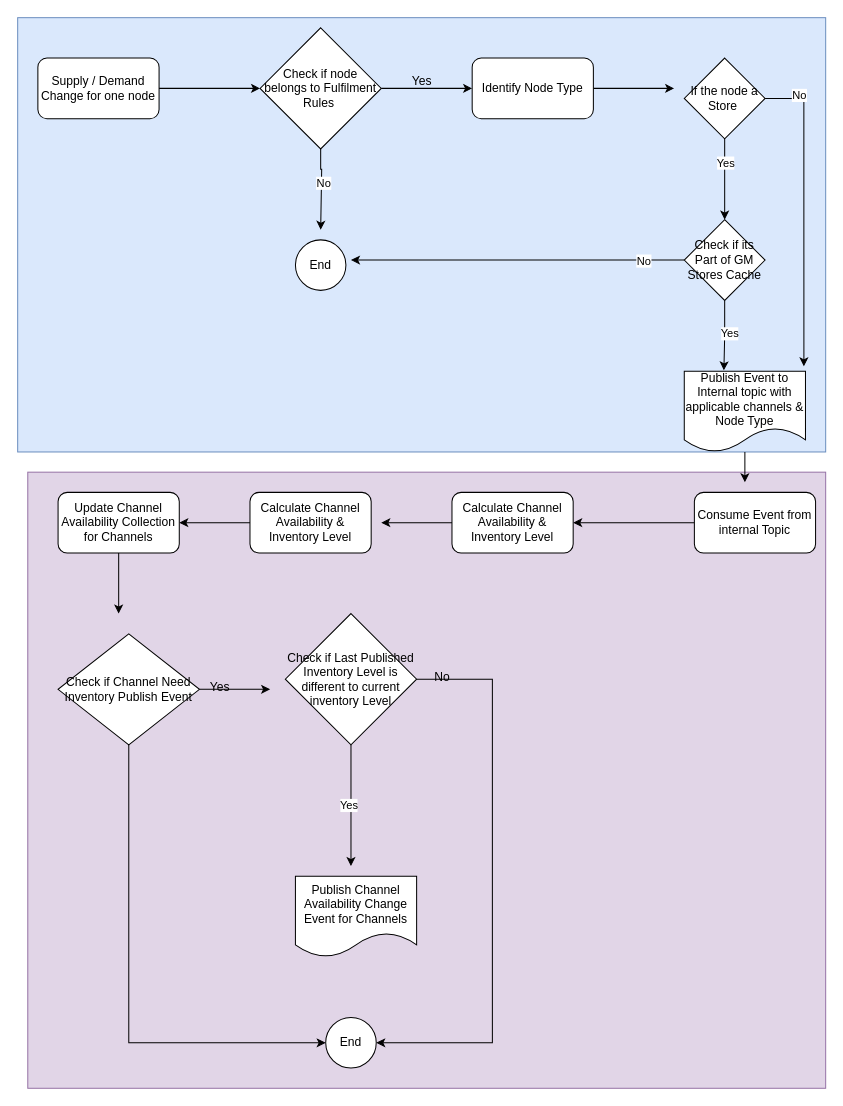
The draw.io diagram page "Supply_Demand_Change" (1 of 2) of api-spec/Untitled Diagram.drawio in saravanadharmarajan/shopping-carts, before the edit. Source tidied: cells renumbered, new cells numbered last; positions are measured from the earlier drawing's top-left corner, leaving out a move shared by most shapes. Both pictures are drawn from the tidied source at 101%, with x=0, y=0 at pixel (17, 17).
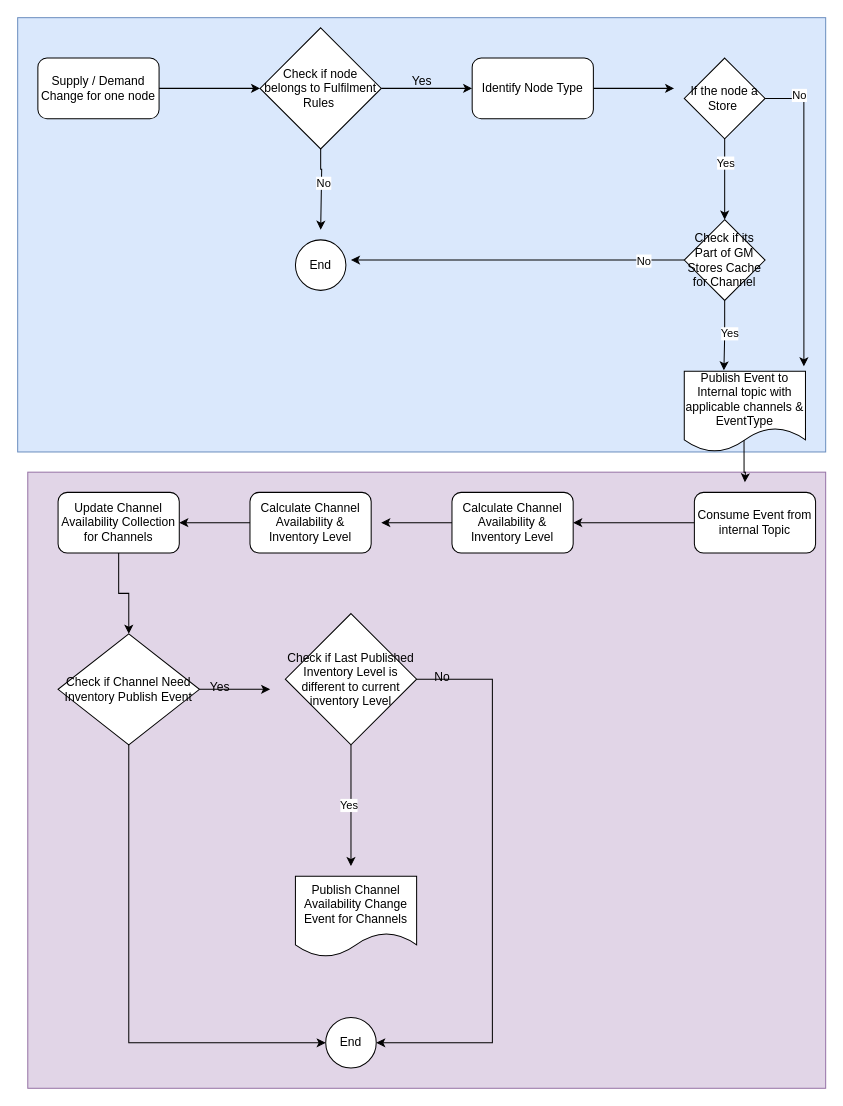
The same diagram, later.

Commit message:
Channel Availability Events.drawio

Unchanged cells that the change refers to:
```xml
<mxCell id="38" value="Update Channel Availability Collection for Channels" style="rounded=1;whiteSpace=wrap;html=1;" parent="1" vertex="1">
  <mxGeometry x="40" y="470" width="120" height="60" as="geometry" />
</mxCell>
<mxCell id="41" value="Check if Channel Need Inventory Publish Event" style="rhombus;whiteSpace=wrap;html=1;" parent="1" vertex="1">
  <mxGeometry x="40" y="610" width="140" height="110" as="geometry" />
</mxCell>
```

Change to the diagram source:
```diff
@@
-    <mxCell id="11" style="edgeStyle=orthogonalEdgeStyle;rounded=0;jettySize=auto;html=1;" parent="1" edge="1" source="12">
+    <mxCell id="11" style="edgeStyle=orthogonalEdgeStyle;rounded=0;jettySize=auto;html=1;exitX=0.493;exitY=0.84;exitDx=0;exitDy=0;exitPerimeter=0;" parent="1" edge="1" source="12">
       <mxGeometry relative="1" as="geometry">
         <mxPoint x="720" y="460" as="targetPoint" />
       </mxGeometry>
     </mxCell>
-    <mxCell id="12" value="Publish Event to Internal topic with applicable channels &amp;amp; Node Type" style="shape=document;whiteSpace=wrap;html=1;boundedLbl=1;" parent="1" vertex="1">
+    <mxCell id="12" value="Publish Event to Internal topic with applicable channels &amp;amp; EventType" style="shape=document;whiteSpace=wrap;html=1;boundedLbl=1;" parent="1" vertex="1">
       <mxGeometry x="660" y="350" width="120" height="80" as="geometry" />
     </mxCell>
@@
-    <mxCell id="29" value="Check if its Part of GM Stores Cache" style="rhombus;whiteSpace=wrap;html=1;" parent="1" vertex="1">
+    <mxCell id="29" value="Check if its Part of GM Stores Cache for Channel" style="rhombus;whiteSpace=wrap;html=1;" parent="1" vertex="1">
       <mxGeometry x="660" y="200" width="80" height="80" as="geometry" />
     </mxCell>
@@
-    <mxCell id="37" style="edgeStyle=orthogonalEdgeStyle;rounded=0;jettySize=auto;html=1;exitX=0.5;exitY=1;exitDx=0;exitDy=0;" parent="1" edge="1" source="38">
-      <mxGeometry relative="1" as="geometry">
-        <mxPoint x="100" y="590" as="targetPoint" />
-      </mxGeometry>
-    </mxCell>
+    <mxCell id="45" style="edgeStyle=orthogonalEdgeStyle;rounded=0;jettySize=auto;html=1;exitX=0.5;exitY=1;exitDx=0;exitDy=0;entryX=0.5;entryY=0;entryDx=0;entryDy=0;" parent="1" edge="1" source="38" target="41">
+      <mxGeometry relative="1" as="geometry" />
+    </mxCell>
```
